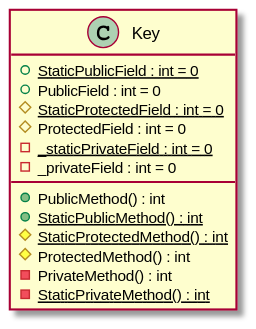
This is uml/Key.svg from claremacrae/RefactoringSamples, a PlantUML export, as it was before one commit.
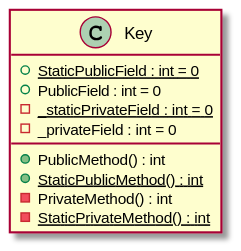
After the change.

The edit, as a diff of the source:
```diff
@@ -2,14 +2,10 @@
 class Key {
     + {static} StaticPublicField : int = 0
     + PublicField : int = 0
-    # {static} StaticProtectedField : int = 0
-    # ProtectedField : int = 0
     - {static} _staticPrivateField : int = 0
     - _privateField : int = 0
     + PublicMethod() : int
     + {static} StaticPublicMethod() : int
-    # {static} StaticProtectedMethod() : int
-    # ProtectedMethod() : int
     - PrivateMethod() : int
     - {static} StaticPrivateMethod() : int
 }
```
